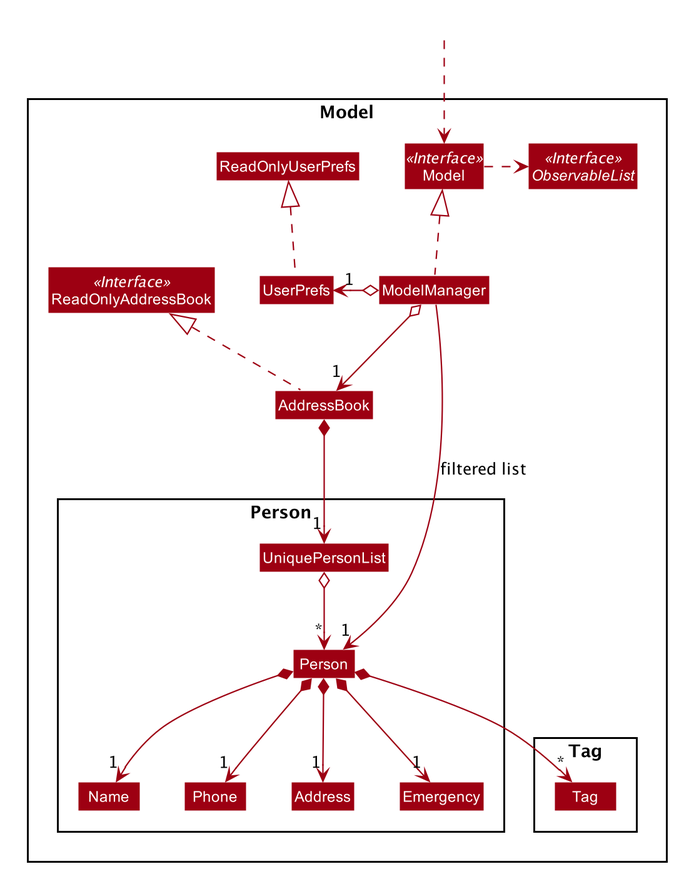
Above: docs/images/ModelClassDiagram.png in nus-cs2103-AY2021S1/tp (PlantUML), before the change.
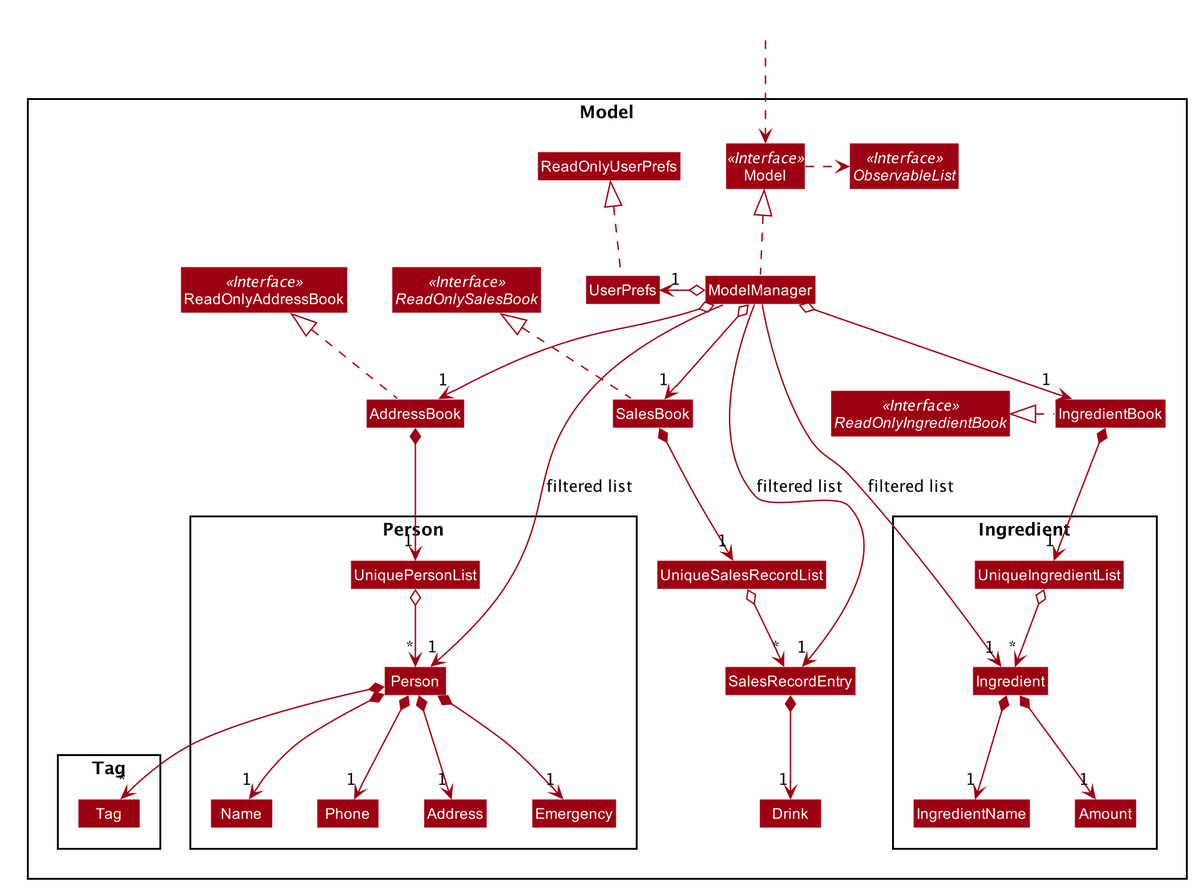
After the change.

What changed in the source:
```diff
@@ -53,14 +53,21 @@
 
 Package Model <<Rectangle>>{
 Interface ReadOnlyAddressBook <<Interface>>
+Interface ReadOnlySalesBook <<Interface>>
+Interface ReadOnlyIngredientBook <<Interface>>
 Interface Model <<Interface>>
 Interface ObservableList <<Interface>>
 Class AddressBook
 Class ReadOnlyAddressBook
+Class IngredientBook
 Class Model
 Class ModelManager
+Class ReadOnlyUserPrefs
+Class SalesBook
+Class SalesRecordEntry
+Class Drink
+Class UniqueSalesRecordList
 Class UserPrefs
-Class ReadOnlyUserPrefs
 
 Package Person {
 Class Person
@@ -69,6 +76,13 @@
 Class Phone
 Class Emergency
 Class UniquePersonList
+}
+
+Package Ingredient {
+Class UniqueIngredientList
+Class Ingredient
+Class IngredientName
+Class Amount
 }
 
 Package Tag {
@@ -80,24 +94,39 @@
 HiddenOutside ..> Model
 
 AddressBook .up.|> ReadOnlyAddressBook
+SalesBook .up.|> ReadOnlySalesBook
+IngredientBook .up|> ReadOnlyIngredientBook
 
 ModelManager .up.|> Model
 Model .right.> ObservableList
 ModelManager o--> "1" AddressBook
+ModelManager o--> "1" SalesBook
+ModelManager o--> "1" IngredientBook
 ModelManager o-left-> "1" UserPrefs
 UserPrefs .up.|> ReadOnlyUserPrefs
 
 AddressBook *--> "1" UniquePersonList
+SalesBook *--> "1" UniqueSalesRecordList
+IngredientBook *--> "1" UniqueIngredientList
 UniquePersonList o--> "*" Person
+UniqueSalesRecordList o--> "*" SalesRecordEntry
+UniqueIngredientList o--> "*"Ingredient
+
 Person *--> "1" Name
 Person *--> "1" Phone
 Person *--> "1" Emergency
 Person *--> "1" Address
 Person *--> "*" Tag
 
+SalesRecordEntry *--> "1" Drink
+
+Ingredient *--> "1" IngredientName
+Ingredient *--> "1" Amount
 Name -[hidden]right-> Phone
 Phone -[hidden]right-> Address
 
 
 ModelManager -->"1" Person : filtered list
+ModelManager -->"1" Ingredient : filtered list
+ModelManager -->"1" SalesRecordEntry : filtered list
 @enduml
```
